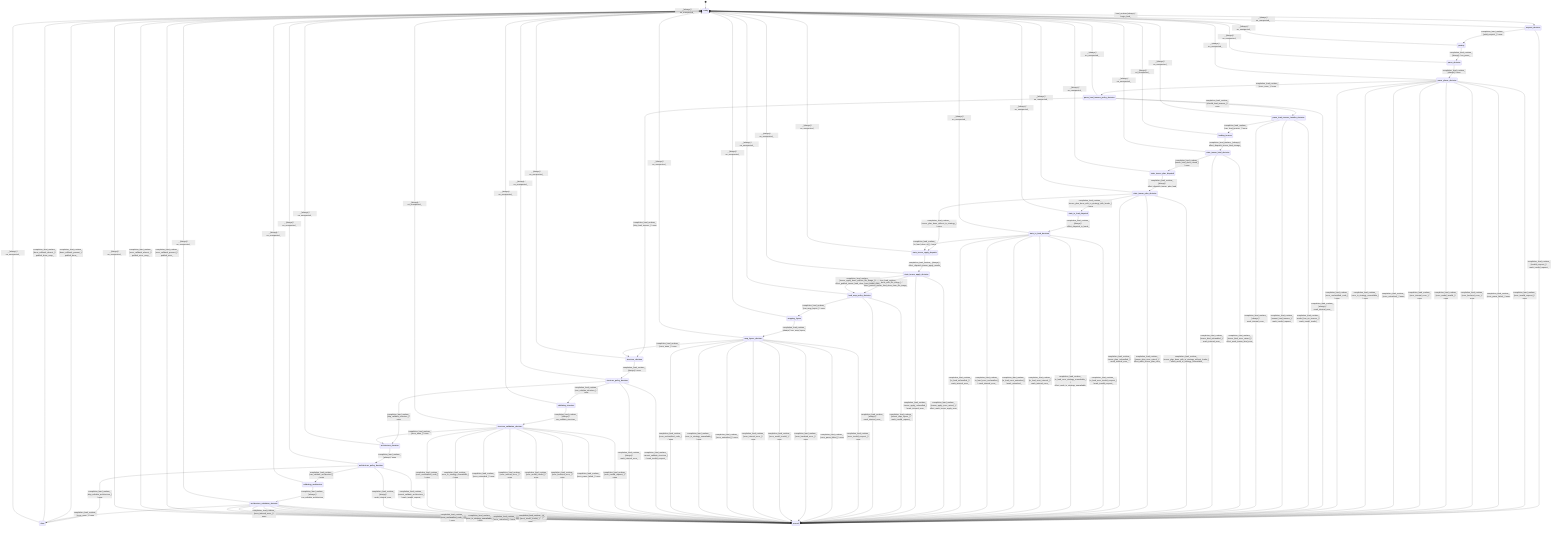
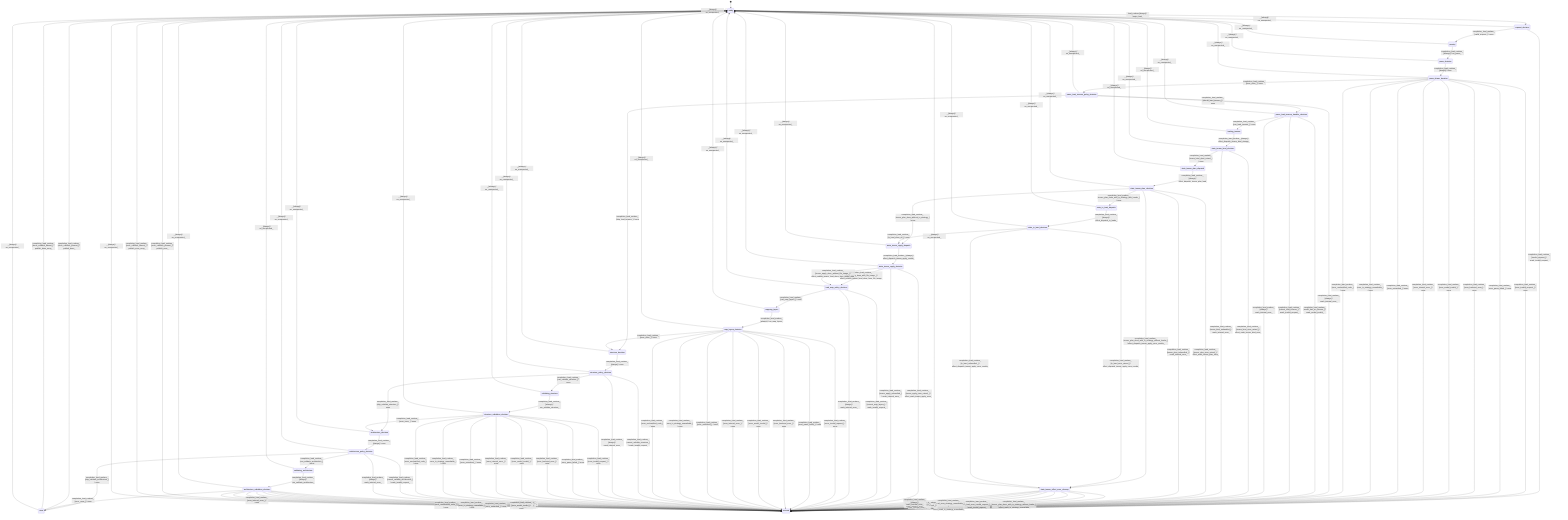
stateDiagram-v2
  direction TB
  [*] --> ready
  ready --> request_decision : load_runtime [always] / begin_load_
  request_decision --> parsing : completion_load_runtime_ [valid_request_] / none
  request_decision --> errored : completion_load_runtime_ [invalid_request_] / mark_invalid_request_
  parsing --> parse_decision : completion_load_runtime_ [always] / run_parse_
  parse_decision --> parse_phase_decision : completion_load_runtime_ [always] / none
  parse_phase_decision --> parse_load_tensors_policy_decision : completion_load_runtime_ [error_none_] / none
  parse_phase_decision --> errored : completion_load_runtime_ [error_invalid_request_] / none
  parse_phase_decision --> errored : completion_load_runtime_ [error_parse_failed_] / none
  parse_phase_decision --> errored : completion_load_runtime_ [error_backend_error_] / none
  parse_phase_decision --> errored : completion_load_runtime_ [error_model_invalid_] / none
  parse_phase_decision --> errored : completion_load_runtime_ [error_internal_error_] / none
  parse_phase_decision --> errored : completion_load_runtime_ [error_untracked_] / none
  parse_phase_decision --> errored : completion_load_runtime_ [error_io_strategy_unavailable_] / none
  parse_phase_decision --> errored : completion_load_runtime_ [error_unclassified_code_] / none
  parse_load_tensors_policy_decision --> parse_load_tensors_handler_decision : completion_load_runtime_ [should_load_tensors_] / none
  parse_load_tensors_policy_decision --> structure_decision : completion_load_runtime_ [skip_load_tensors_] / none
  parse_load_tensors_policy_decision --> errored : completion_load_runtime_ [always] / mark_internal_error_
  parse_load_tensors_handler_decision --> loading_tensors : completion_load_runtime_ [can_load_tensors_] / none
  parse_load_tensors_handler_decision --> errored : completion_load_runtime_ [model_has_no_tensors_] / mark_model_invalid_
  parse_load_tensors_handler_decision --> errored : completion_load_runtime_ [cannot_load_tensors_] / mark_invalid_request_
  parse_load_tensors_handler_decision --> errored : completion_load_runtime_ [always] / mark_internal_error_
  loading_tensors --> state_tensor_bind_decision : completion_load_runtime_ [always] / effect_dispatch_tensor_bind_storage_
  state_tensor_bind_decision --> state_tensor_plan_dispatch : completion_load_runtime_ [tensor_bind_done_raised_] / none
  state_tensor_bind_decision --> errored : completion_load_runtime_ [tensor_bind_error_raised_] / effect_mark_tensor_bind_error_
  state_tensor_bind_decision --> errored : completion_load_runtime_ [tensor_bind_unhandled_] / mark_internal_error_
  state_tensor_plan_dispatch --> state_tensor_plan_decision : completion_load_runtime_ [always] / effect_dispatch_tensor_plan_load_
  state_tensor_plan_decision --> state_tensor_apply_dispatch : completion_load_runtime_ [tensor_plan_done_without_io_strategy_] / none
-   state_tensor_plan_decision --> errored : completion_load_runtime_ [tensor_plan_done_with_io_strategy_without_loader_] / effect_mark_io_strategy_unavailable_
+   state_tensor_plan_decision --> state_tensor_effect_error_cleanup : completion_load_runtime_ [tensor_plan_done_with_io_strategy_without_loader_] / effect_dispatch_tensor_apply_error_results_
  state_tensor_plan_decision --> state_io_load_dispatch : completion_load_runtime_ [tensor_plan_done_with_io_strategy_with_loader_] / none
  state_tensor_plan_decision --> errored : completion_load_runtime_ [tensor_plan_error_raised_] / effect_mark_tensor_plan_error_
  state_tensor_plan_decision --> errored : completion_load_runtime_ [tensor_plan_unhandled_] / mark_internal_error_
  state_io_load_dispatch --> state_io_load_decision : completion_load_runtime_ [always] / effect_dispatch_io_loads_
  state_io_load_decision --> state_tensor_apply_dispatch : completion_load_runtime_ [io_load_done_all_] / none
-   state_io_load_decision --> errored : completion_load_runtime_ [io_load_error_invalid_request_] / mark_invalid_request_
-   state_io_load_decision --> errored : completion_load_runtime_ [io_load_error_strategy_unavailable_] / effect_mark_io_strategy_unavailable_
-   state_io_load_decision --> errored : completion_load_runtime_ [io_load_error_internal_] / mark_internal_error_
-   state_io_load_decision --> errored : completion_load_runtime_ [io_load_error_untracked_] / mark_untracked_
-   state_io_load_decision --> errored : completion_load_runtime_ [io_load_error_unclassified_] / mark_internal_error_
-   state_io_load_decision --> errored : completion_load_runtime_ [io_load_unhandled_] / mark_internal_error_
+   state_io_load_decision --> state_tensor_effect_error_cleanup : completion_load_runtime_ [io_load_error_raised_] / effect_dispatch_tensor_apply_error_results_
+   state_io_load_decision --> state_tensor_effect_error_cleanup : completion_load_runtime_ [io_load_unhandled_] / effect_dispatch_tensor_apply_error_results_
+   state_tensor_effect_error_cleanup --> errored : completion_load_runtime_ [tensor_plan_done_with_io_strategy_without_loader_] / effect_mark_io_strategy_unavailable_
+   state_tensor_effect_error_cleanup --> errored : completion_load_runtime_ [io_load_error_invalid_request_] / mark_invalid_request_
+   state_tensor_effect_error_cleanup --> errored : completion_load_runtime_ [io_load_error_strategy_unavailable_] / effect_mark_io_strategy_unavailable_
+   state_tensor_effect_error_cleanup --> errored : completion_load_runtime_ [io_load_error_internal_] / mark_internal_error_
+   state_tensor_effect_error_cleanup --> errored : completion_load_runtime_ [io_load_error_untracked_] / mark_untracked_
+   state_tensor_effect_error_cleanup --> errored : completion_load_runtime_ [io_load_error_unclassified_] / mark_internal_error_
+   state_tensor_effect_error_cleanup --> errored : completion_load_runtime_ [io_load_unhandled_] / mark_internal_error_
+   state_tensor_effect_error_cleanup --> errored : completion_load_runtime_ [always] / mark_internal_error_
  state_tensor_apply_dispatch --> state_tensor_apply_decision : completion_load_runtime_ [always] / effect_dispatch_tensor_apply_results_
  state_tensor_apply_decision --> load_map_policy_decision : completion_load_runtime_ [tensor_apply_done_with_file_image_] / effect_publish_tensor_load_done_from_file_image_
  state_tensor_apply_decision --> load_map_policy_decision : completion_load_runtime_ [tensor_apply_done_without_file_image_] / effect_publish_tensor_load_done_from_model_data_
  state_tensor_apply_decision --> errored : completion_load_runtime_ [tensor_apply_error_raised_] / effect_mark_tensor_apply_error_
  state_tensor_apply_decision --> errored : completion_load_runtime_ [tensor_apply_unhandled_] / mark_internal_error_
  load_map_policy_decision --> mapping_layers : completion_load_runtime_ [can_map_layers_] / none
  load_map_policy_decision --> errored : completion_load_runtime_ [cannot_map_layers_] / mark_invalid_request_
  load_map_policy_decision --> errored : completion_load_runtime_ [always] / mark_internal_error_
  mapping_layers --> map_layers_decision : completion_load_runtime_ [always] / run_map_layers_
  map_layers_decision --> structure_decision : completion_load_runtime_ [error_none_] / none
  map_layers_decision --> errored : completion_load_runtime_ [error_invalid_request_] / none
  map_layers_decision --> errored : completion_load_runtime_ [error_parse_failed_] / none
  map_layers_decision --> errored : completion_load_runtime_ [error_backend_error_] / none
  map_layers_decision --> errored : completion_load_runtime_ [error_model_invalid_] / none
  map_layers_decision --> errored : completion_load_runtime_ [error_internal_error_] / none
  map_layers_decision --> errored : completion_load_runtime_ [error_untracked_] / none
  map_layers_decision --> errored : completion_load_runtime_ [error_io_strategy_unavailable_] / none
  map_layers_decision --> errored : completion_load_runtime_ [error_unclassified_code_] / none
  structure_decision --> structure_policy_decision : completion_load_runtime_ [always] / none
  structure_policy_decision --> architecture_decision : completion_load_runtime_ [skip_validate_structure_] / none
  structure_policy_decision --> validating_structure : completion_load_runtime_ [can_validate_structure_] / none
  structure_policy_decision --> errored : completion_load_runtime_ [cannot_validate_structure_] / mark_invalid_request_
  structure_policy_decision --> errored : completion_load_runtime_ [always] / mark_internal_error_
  validating_structure --> structure_validation_decision : completion_load_runtime_ [always] / run_validate_structure_
  structure_validation_decision --> architecture_decision : completion_load_runtime_ [error_none_] / none
  structure_validation_decision --> errored : completion_load_runtime_ [error_invalid_request_] / none
  structure_validation_decision --> errored : completion_load_runtime_ [error_parse_failed_] / none
  structure_validation_decision --> errored : completion_load_runtime_ [error_backend_error_] / none
  structure_validation_decision --> errored : completion_load_runtime_ [error_model_invalid_] / none
  structure_validation_decision --> errored : completion_load_runtime_ [error_internal_error_] / none
  structure_validation_decision --> errored : completion_load_runtime_ [error_untracked_] / none
  structure_validation_decision --> errored : completion_load_runtime_ [error_io_strategy_unavailable_] / none
  structure_validation_decision --> errored : completion_load_runtime_ [error_unclassified_code_] / none
  architecture_decision --> architecture_policy_decision : completion_load_runtime_ [always] / none
  architecture_policy_decision --> done : completion_load_runtime_ [skip_validate_architecture_] / none
  architecture_policy_decision --> validating_architecture : completion_load_runtime_ [can_validate_architecture_] / none
  architecture_policy_decision --> errored : completion_load_runtime_ [cannot_validate_architecture_] / mark_invalid_request_
  architecture_policy_decision --> errored : completion_load_runtime_ [always] / mark_internal_error_
  validating_architecture --> architecture_validation_decision : completion_load_runtime_ [always] / run_validate_architecture_
  architecture_validation_decision --> done : completion_load_runtime_ [error_none_] / none
  architecture_validation_decision --> errored : completion_load_runtime_ [error_invalid_request_] / none
  architecture_validation_decision --> errored : completion_load_runtime_ [error_parse_failed_] / none
  architecture_validation_decision --> errored : completion_load_runtime_ [error_backend_error_] / none
  architecture_validation_decision --> errored : completion_load_runtime_ [error_model_invalid_] / none
  architecture_validation_decision --> errored : completion_load_runtime_ [error_internal_error_] / none
  architecture_validation_decision --> errored : completion_load_runtime_ [error_untracked_] / none
  architecture_validation_decision --> errored : completion_load_runtime_ [error_io_strategy_unavailable_] / none
  architecture_validation_decision --> errored : completion_load_runtime_ [error_unclassified_code_] / none
  done --> ready : completion_load_runtime_ [done_callback_present_] / publish_done_
  done --> ready : completion_load_runtime_ [done_callback_absent_] / publish_done_noop_
  errored --> ready : completion_load_runtime_ [error_callback_present_] / publish_error_
  errored --> ready : completion_load_runtime_ [error_callback_absent_] / publish_error_noop_
  ready --> ready : _ [always] / on_unexpected_
  request_decision --> ready : _ [always] / on_unexpected_
  parsing --> ready : _ [always] / on_unexpected_
  parse_decision --> ready : _ [always] / on_unexpected_
  parse_phase_decision --> ready : _ [always] / on_unexpected_
  parse_load_tensors_policy_decision --> ready : _ [always] / on_unexpected_
  parse_load_tensors_handler_decision --> ready : _ [always] / on_unexpected_
  loading_tensors --> ready : _ [always] / on_unexpected_
  state_tensor_bind_decision --> ready : _ [always] / on_unexpected_
  state_tensor_plan_dispatch --> ready : _ [always] / on_unexpected_
  state_tensor_plan_decision --> ready : _ [always] / on_unexpected_
  state_io_load_dispatch --> ready : _ [always] / on_unexpected_
  state_io_load_decision --> ready : _ [always] / on_unexpected_
+   state_tensor_effect_error_cleanup --> ready : _ [always] / on_unexpected_
  state_tensor_apply_dispatch --> ready : _ [always] / on_unexpected_
  state_tensor_apply_decision --> ready : _ [always] / on_unexpected_
  load_map_policy_decision --> ready : _ [always] / on_unexpected_
  mapping_layers --> ready : _ [always] / on_unexpected_
  map_layers_decision --> ready : _ [always] / on_unexpected_
  structure_decision --> ready : _ [always] / on_unexpected_
  structure_policy_decision --> ready : _ [always] / on_unexpected_
  validating_structure --> ready : _ [always] / on_unexpected_
  structure_validation_decision --> ready : _ [always] / on_unexpected_
  architecture_decision --> ready : _ [always] / on_unexpected_
  architecture_policy_decision --> ready : _ [always] / on_unexpected_
  validating_architecture --> ready : _ [always] / on_unexpected_
  architecture_validation_decision --> ready : _ [always] / on_unexpected_
  done --> ready : _ [always] / on_unexpected_
  errored --> ready : _ [always] / on_unexpected_
